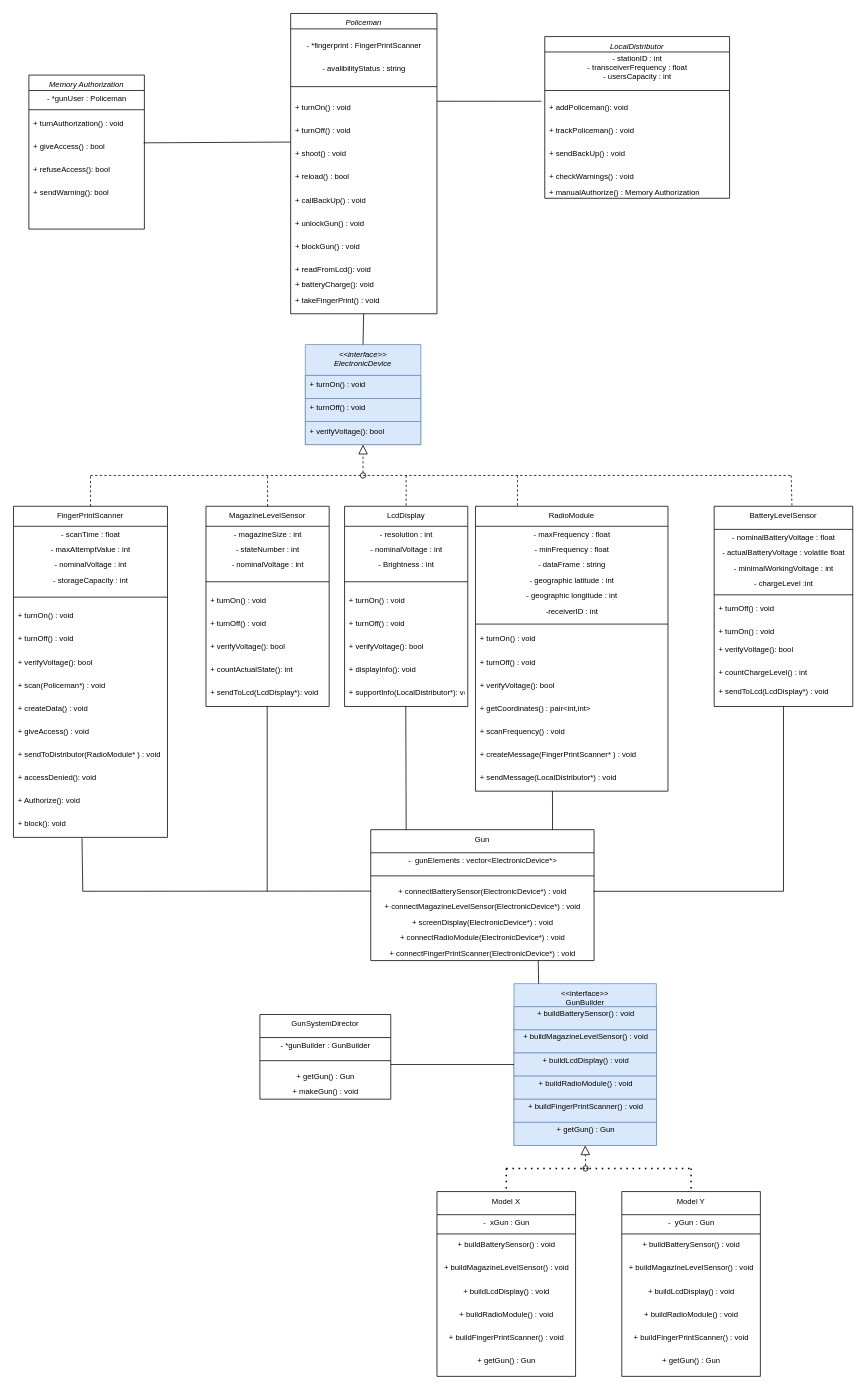
Earlier version of the draw.io diagram Untitled Diagram.drawio (mardyr/UML-and-diagrams). Source tidied: cells renumbered, new cells numbered last; positions are measured from the earlier drawing's top-left corner, leaving out a move shared by most shapes. Both pictures are drawn from the tidied source at 77%, with x=0, y=0 at pixel (13, 13).
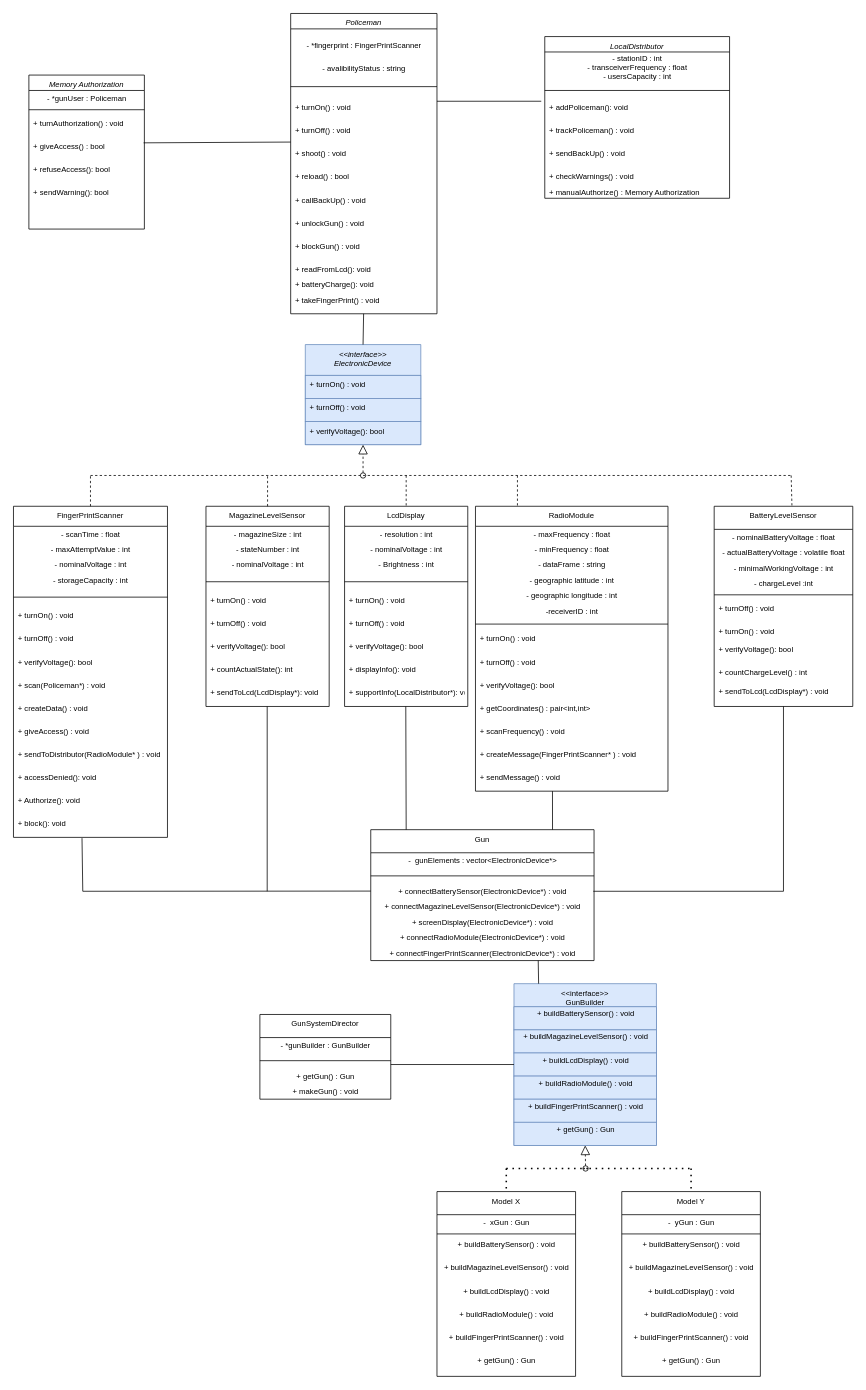
The same page after the edit.

Unchanged cells that the change refers to:
```xml
<mxCell id="37" value="RadioModule" style="swimlane;fontStyle=0;align=center;verticalAlign=top;horizontal=1;startSize=26;rounded=0;shadow=0;strokeWidth=1;fontSize=10;" parent="1" vertex="1">
  <mxGeometry x="600" y="640" width="250" height="370" as="geometry" />
</mxCell>
```

Diff of the diagram source:
```diff
@@
-    <mxCell id="51" value="+ sendMessage(LocalDistributor*) : void&#10;" style="text;align=left;verticalAlign=top;spacingLeft=4;spacingRight=4;overflow=hidden;fontStyle=0;fontSize=10;" parent="37" vertex="1">
+    <mxCell id="51" value="+ sendMessage() : void&#10;" style="text;align=left;verticalAlign=top;spacingLeft=4;spacingRight=4;overflow=hidden;fontStyle=0;fontSize=10;" parent="37" vertex="1">
       <mxGeometry y="340" width="250" height="30" as="geometry" />
     </mxCell>
```
